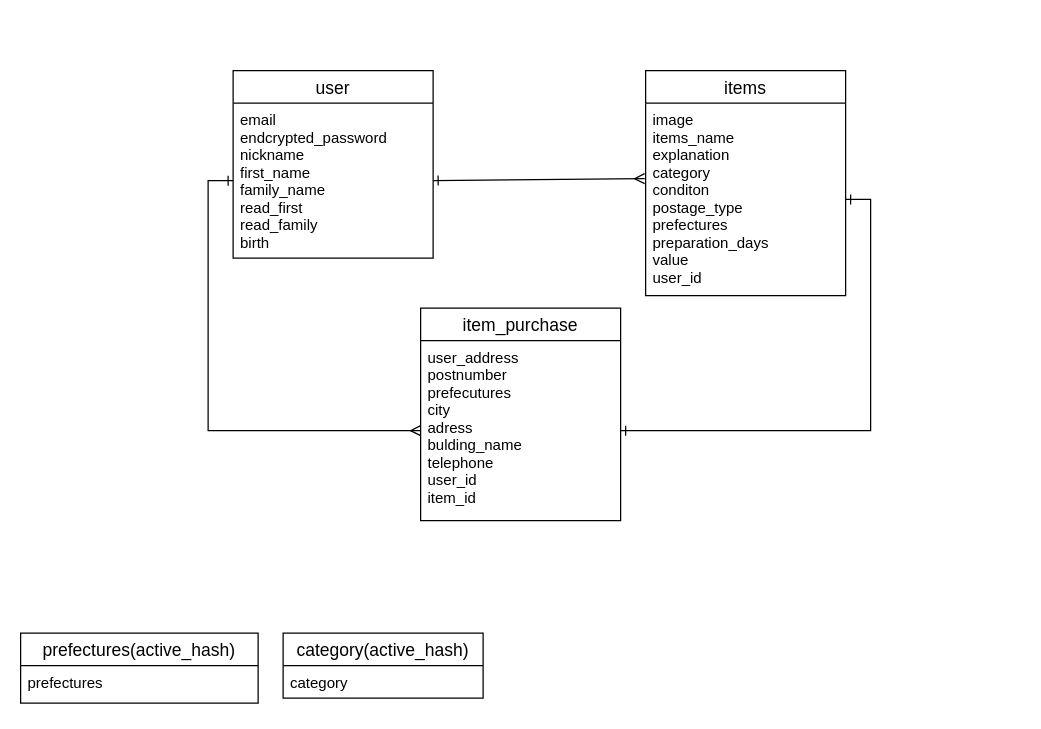
oritaitsuki/furima-36225 keeps this draw.io diagram as furima.dio. Above is the earlier version. Source tidied: cells renumbered, new cells numbered last; positions are measured from the earlier drawing's top-left corner, leaving out a move shared by most shapes. Both pictures are drawn from the tidied source at 125%, with x=0, y=0 at pixel (20, 70).
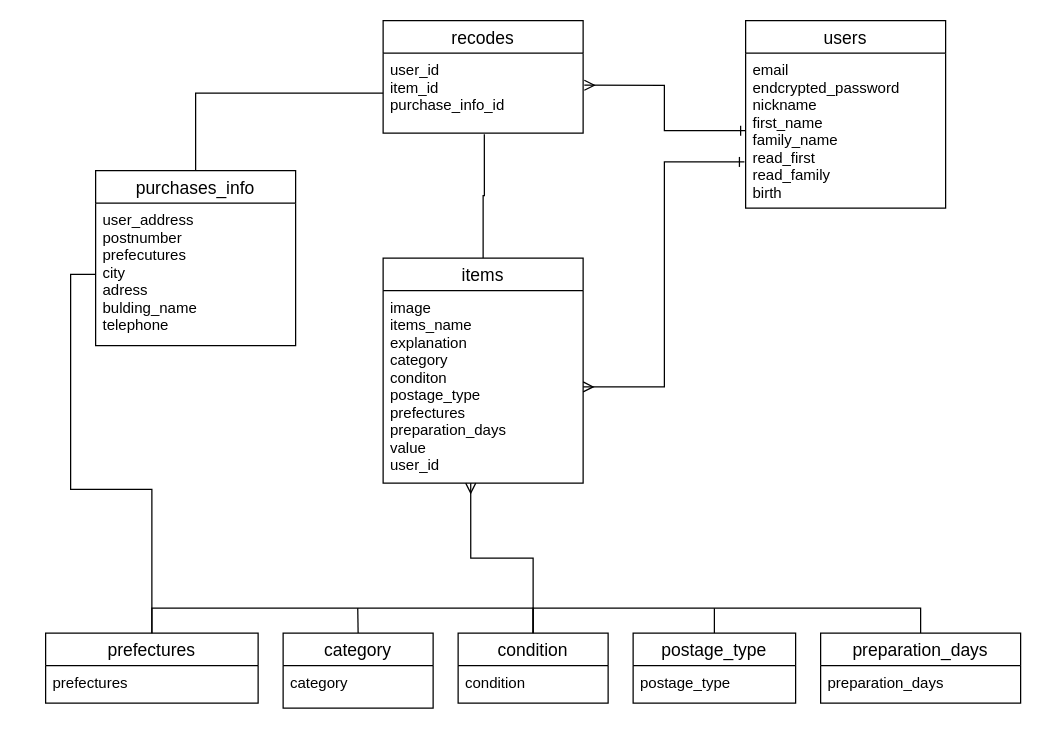
Above is the later version.

The change refers to these unchanged cells:
```xml
<mxCell id="3" value="email&#10;endcrypted_password&#10;nickname&#10;first_name&#10;family_name&#10;read_first&#10;read_family&#10;birth&#10;&#10;&#10;&#10;" style="text;strokeColor=none;fillColor=none;spacingLeft=4;spacingRight=4;overflow=hidden;points=[[0,0.5],[1,0.5]];portConstraint=eastwest;fontSize=12;" parent="2" vertex="1">
  <mxGeometry y="26" width="160" height="124" as="geometry" />
</mxCell>
<mxCell id="5" value="image&#10;items_name&#10;explanation&#10;category&#10;conditon&#10;postage_type&#10;prefectures&#10;preparation_days&#10;value&#10;user_id&#10;&#10;&#10;" style="text;strokeColor=none;fillColor=none;spacingLeft=4;spacingRight=4;overflow=hidden;points=[[0,0.5],[1,0.5]];portConstraint=eastwest;fontSize=12;" parent="4" vertex="1">
  <mxGeometry y="26" width="160" height="154" as="geometry" />
</mxCell>
```

What changed in the source:
```diff
@@
-    <mxCell id="2" value="user" style="swimlane;fontStyle=0;horizontal=1;startSize=26;align=center;fontSize=14;" parent="1" vertex="1">
-      <mxGeometry x="170" width="160" height="150" as="geometry" />
+    <mxCell id="2" value="users" style="swimlane;fontStyle=0;horizontal=1;startSize=26;align=center;fontSize=14;" parent="1" vertex="1">
+      <mxGeometry x="580" y="-40" width="160" height="150" as="geometry" />
     </mxCell>
@@
+    <mxCell id="15" style="edgeStyle=orthogonalEdgeStyle;rounded=0;jettySize=auto;html=1;exitX=0.5;exitY=0;exitDx=0;exitDy=0;entryX=0.506;entryY=1.014;entryDx=0;entryDy=0;entryPerimeter=0;startArrow=none;startFill=0;endArrow=none;endFill=0;" parent="1" edge="1" source="4" target="28">
+      <mxGeometry relative="1" as="geometry" />
+    </mxCell>
     <mxCell id="4" value="items" style="swimlane;fontStyle=0;horizontal=1;startSize=26;align=center;fontSize=14;" parent="1" vertex="1">
-      <mxGeometry x="500" width="160" height="180" as="geometry" />
+      <mxGeometry x="290" y="150" width="160" height="180" as="geometry" />
     </mxCell>
@@
-    <mxCell id="6" style="rounded=0;jettySize=auto;html=1;exitX=1;exitY=0.5;exitDx=0;exitDy=0;entryX=-0.005;entryY=0.392;entryDx=0;entryDy=0;entryPerimeter=0;endArrow=ERmany;endFill=0;startArrow=ERone;startFill=0;" parent="1" edge="1" source="3" target="5">
-      <mxGeometry relative="1" as="geometry" />
-    </mxCell>
-    <mxCell id="7" style="edgeStyle=orthogonalEdgeStyle;rounded=0;jettySize=auto;html=1;exitX=0;exitY=0.5;exitDx=0;exitDy=0;entryX=0;entryY=0.5;entryDx=0;entryDy=0;endArrow=ERmany;endFill=0;startArrow=ERone;startFill=0;" parent="1" edge="1" source="3" target="9">
-      <mxGeometry relative="1" as="geometry" />
-    </mxCell>
-    <mxCell id="8" value="item_purchase" style="swimlane;fontStyle=0;horizontal=1;startSize=26;align=center;fontSize=14;" parent="1" vertex="1">
-      <mxGeometry x="320" y="190" width="160" height="170" as="geometry" />
+    <mxCell id="8" value="purchases_info" style="swimlane;fontStyle=0;horizontal=1;startSize=26;align=center;fontSize=14;" parent="1" vertex="1">
+      <mxGeometry x="60" y="80" width="160" height="140" as="geometry" />
     </mxCell>
-    <mxCell id="9" value="user_address&#10;postnumber&#10;prefecutures&#10;city&#10;adress&#10;bulding_name&#10;telephone&#10;user_id&#10;item_id&#10;&#10;" style="text;strokeColor=none;fillColor=none;spacingLeft=4;spacingRight=4;overflow=hidden;points=[[0,0.5],[1,0.5]];portConstraint=eastwest;fontSize=12;" parent="8" vertex="1">
-      <mxGeometry y="26" width="160" height="144" as="geometry" />
+    <mxCell id="9" value="user_address&#10;postnumber&#10;prefecutures&#10;city&#10;adress&#10;bulding_name&#10;telephone&#10;&#10;" style="text;strokeColor=none;fillColor=none;spacingLeft=4;spacingRight=4;overflow=hidden;points=[[0,0.5],[1,0.5]];portConstraint=eastwest;fontSize=12;" parent="8" vertex="1">
+      <mxGeometry y="26" width="160" height="114" as="geometry" />
     </mxCell>
-    <mxCell id="10" style="edgeStyle=orthogonalEdgeStyle;rounded=0;jettySize=auto;html=1;exitX=1;exitY=0.5;exitDx=0;exitDy=0;entryX=1;entryY=0.5;entryDx=0;entryDy=0;startArrow=ERone;startFill=0;endArrow=ERone;endFill=0;" parent="1" edge="1" source="5" target="9">
-      <mxGeometry relative="1" as="geometry" />
-    </mxCell>
+    <mxCell id="16" style="edgeStyle=orthogonalEdgeStyle;rounded=0;jettySize=auto;html=1;exitX=0.5;exitY=0;exitDx=0;exitDy=0;entryX=0.5;entryY=0;entryDx=0;entryDy=0;startArrow=none;startFill=0;endArrow=none;endFill=0;" parent="1" edge="1" source="11" target="19">
+      <mxGeometry relative="1" as="geometry" />
+    </mxCell>
-    <mxCell id="11" value="prefectures(active_hash)" style="swimlane;fontStyle=0;horizontal=1;startSize=26;align=center;fontSize=14;" parent="1" vertex="1">
-      <mxGeometry y="450" width="190" height="56" as="geometry" />
+    <mxCell id="11" value="prefectures" style="swimlane;fontStyle=0;horizontal=1;startSize=26;align=center;fontSize=14;" parent="1" vertex="1">
+      <mxGeometry x="20" y="450" width="170" height="56" as="geometry" />
     </mxCell>
     <mxCell id="12" value="prefectures" style="text;strokeColor=none;fillColor=none;spacingLeft=4;spacingRight=4;overflow=hidden;fontSize=12;" parent="11" vertex="1">
-      <mxGeometry y="26" width="190" height="30" as="geometry" />
+      <mxGeometry y="26" width="170" height="30" as="geometry" />
     </mxCell>
+    <mxCell id="17" style="edgeStyle=orthogonalEdgeStyle;rounded=0;jettySize=auto;html=1;exitX=0.5;exitY=0;exitDx=0;exitDy=0;startArrow=none;startFill=0;endArrow=none;endFill=0;" parent="1" edge="1" source="13">
+      <mxGeometry relative="1" as="geometry">
+        <mxPoint x="269.7" y="430" as="targetPoint" />
+      </mxGeometry>
+    </mxCell>
-    <mxCell id="13" value="category(active_hash)" style="swimlane;fontStyle=0;horizontal=1;startSize=26;align=center;fontSize=14;" parent="1" vertex="1">
-      <mxGeometry x="210" y="450" width="160" height="52" as="geometry" />
+    <mxCell id="13" value="category" style="swimlane;fontStyle=0;horizontal=1;startSize=26;align=center;fontSize=14;" parent="1" vertex="1">
+      <mxGeometry x="210" y="450" width="120" height="60" as="geometry" />
     </mxCell>
     <mxCell id="14" value="category" style="text;strokeColor=none;fillColor=none;spacingLeft=4;spacingRight=4;overflow=hidden;fontSize=12;" parent="13" vertex="1">
-      <mxGeometry y="26" width="160" height="26" as="geometry" />
+      <mxGeometry y="26" width="120" height="34" as="geometry" />
     </mxCell>
+    <mxCell id="18" style="edgeStyle=orthogonalEdgeStyle;rounded=0;jettySize=auto;html=1;exitX=0.5;exitY=0;exitDx=0;exitDy=0;entryX=0.438;entryY=1;entryDx=0;entryDy=0;entryPerimeter=0;startArrow=none;startFill=0;endArrow=ERmany;endFill=0;" parent="1" edge="1" source="19" target="5">
+      <mxGeometry relative="1" as="geometry" />
+    </mxCell>
+    <mxCell id="19" value="condition" style="swimlane;fontStyle=0;horizontal=1;startSize=26;align=center;fontSize=14;" parent="1" vertex="1">
+      <mxGeometry x="350" y="450" width="120" height="56" as="geometry" />
+    </mxCell>
+    <mxCell id="20" value="condition" style="text;strokeColor=none;fillColor=none;spacingLeft=4;spacingRight=4;overflow=hidden;fontSize=12;" parent="19" vertex="1">
+      <mxGeometry y="26" width="120" height="30" as="geometry" />
+    </mxCell>
+    <mxCell id="21" style="edgeStyle=orthogonalEdgeStyle;rounded=0;jettySize=auto;html=1;exitX=0.5;exitY=0;exitDx=0;exitDy=0;startArrow=none;startFill=0;endArrow=none;endFill=0;" parent="1" edge="1" source="22">
+      <mxGeometry relative="1" as="geometry">
+        <mxPoint x="555" y="430" as="targetPoint" />
+      </mxGeometry>
+    </mxCell>
+    <mxCell id="22" value="postage_type" style="swimlane;fontStyle=0;horizontal=1;startSize=26;align=center;fontSize=14;" parent="1" vertex="1">
+      <mxGeometry x="490" y="450" width="130" height="56" as="geometry" />
+    </mxCell>
+    <mxCell id="23" value="postage_type" style="text;strokeColor=none;fillColor=none;spacingLeft=4;spacingRight=4;overflow=hidden;fontSize=12;" parent="22" vertex="1">
+      <mxGeometry y="26" width="130" height="30" as="geometry" />
+    </mxCell>
+    <mxCell id="24" style="edgeStyle=orthogonalEdgeStyle;rounded=0;jettySize=auto;html=1;exitX=0.5;exitY=0;exitDx=0;exitDy=0;entryX=0.5;entryY=0;entryDx=0;entryDy=0;startArrow=none;startFill=0;endArrow=none;endFill=0;" parent="1" edge="1" source="25" target="19">
+      <mxGeometry relative="1" as="geometry" />
+    </mxCell>
+    <mxCell id="25" value="preparation_days" style="swimlane;fontStyle=0;horizontal=1;startSize=26;align=center;fontSize=14;" parent="1" vertex="1">
+      <mxGeometry x="640" y="450" width="160" height="56" as="geometry" />
+    </mxCell>
+    <mxCell id="26" value="preparation_days" style="text;strokeColor=none;fillColor=none;spacingLeft=4;spacingRight=4;overflow=hidden;fontSize=12;" parent="25" vertex="1">
+      <mxGeometry y="26" width="160" height="30" as="geometry" />
+    </mxCell>
+    <mxCell id="27" value="recodes" style="swimlane;fontStyle=0;horizontal=1;startSize=26;align=center;fontSize=14;" parent="1" vertex="1">
+      <mxGeometry x="290" y="-40" width="160" height="90" as="geometry" />
+    </mxCell>
+    <mxCell id="28" value="user_id&#10;item_id&#10;purchase_info_id" style="text;strokeColor=none;fillColor=none;spacingLeft=4;spacingRight=4;overflow=hidden;points=[[0,0.5],[1,0.5]];portConstraint=eastwest;fontSize=12;" parent="27" vertex="1">
+      <mxGeometry y="26" width="160" height="64" as="geometry" />
+    </mxCell>
+    <mxCell id="29" style="edgeStyle=orthogonalEdgeStyle;rounded=0;jettySize=auto;html=1;exitX=0;exitY=0.5;exitDx=0;exitDy=0;entryX=1.006;entryY=0.401;entryDx=0;entryDy=0;entryPerimeter=0;startArrow=ERone;startFill=0;endArrow=ERmany;endFill=0;" parent="1" edge="1" source="3" target="28">
+      <mxGeometry relative="1" as="geometry" />
+    </mxCell>
+    <mxCell id="30" style="edgeStyle=orthogonalEdgeStyle;rounded=0;jettySize=auto;html=1;exitX=1;exitY=0.5;exitDx=0;exitDy=0;entryX=-0.006;entryY=0.702;entryDx=0;entryDy=0;entryPerimeter=0;startArrow=ERmany;startFill=0;endArrow=ERone;endFill=0;" parent="1" edge="1" source="5" target="3">
+      <mxGeometry relative="1" as="geometry" />
+    </mxCell>
+    <mxCell id="31" style="edgeStyle=orthogonalEdgeStyle;rounded=0;jettySize=auto;html=1;exitX=0;exitY=0.5;exitDx=0;exitDy=0;entryX=0.5;entryY=0;entryDx=0;entryDy=0;startArrow=none;startFill=0;endArrow=none;endFill=0;" parent="1" edge="1" source="28" target="8">
+      <mxGeometry relative="1" as="geometry" />
+    </mxCell>
+    <mxCell id="32" style="edgeStyle=orthogonalEdgeStyle;rounded=0;jettySize=auto;html=1;exitX=0;exitY=0.5;exitDx=0;exitDy=0;entryX=0.5;entryY=0;entryDx=0;entryDy=0;startArrow=none;startFill=0;endArrow=none;endFill=0;" parent="1" edge="1" source="9" target="11">
+      <mxGeometry relative="1" as="geometry" />
+    </mxCell>
```
